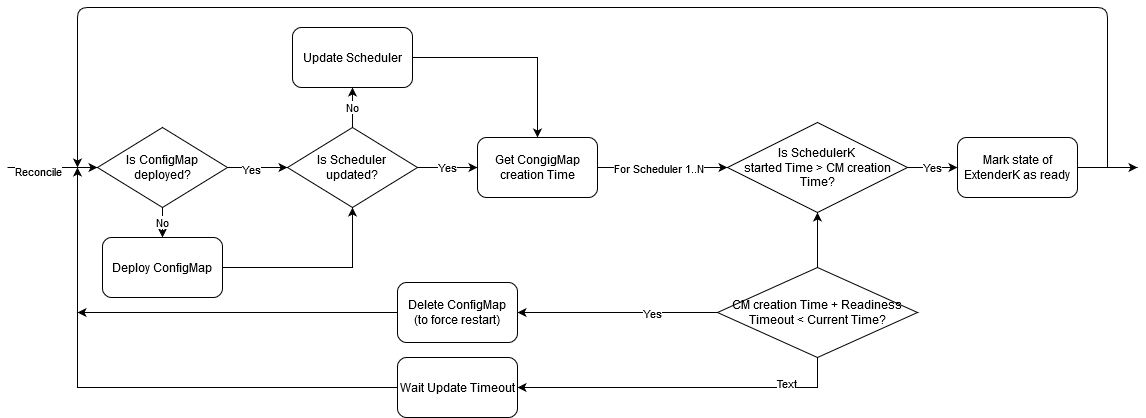
Earlier version of the draw.io export docs/proposals/images/Operator_openshift_flow.png (dell/csi-baremetal). Source tidied: cells renumbered, new cells last; positions are measured from the earlier drawing's top-left corner, leaving out a move shared by most shapes.
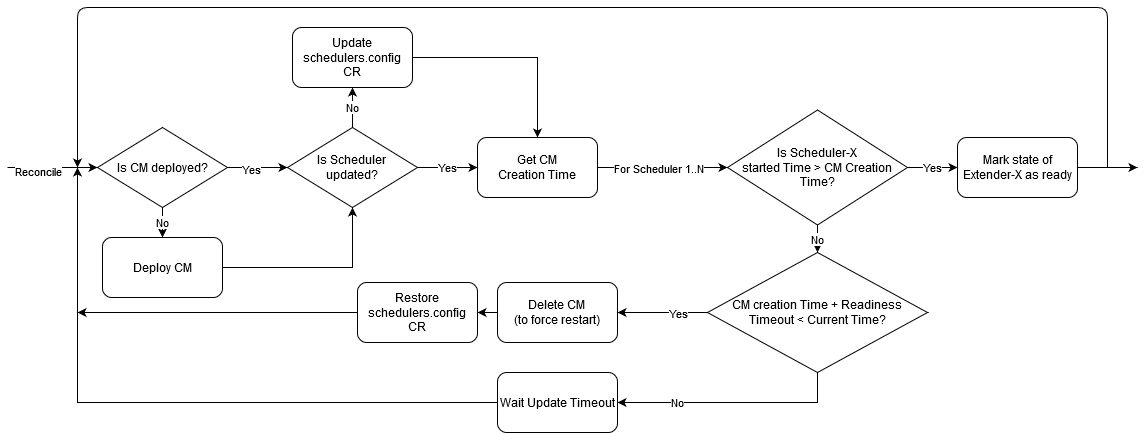
After the commit.

Diff of the diagram source:
```diff
@@ -5,7 +5,7 @@
     <mxCell id="2" value="&lt;div&gt;No&lt;/div&gt;" style="edgeStyle=orthogonalEdgeStyle;rounded=0;jettySize=auto;html=1;exitX=0.5;exitY=1;exitDx=0;exitDy=0;entryX=0.5;entryY=0;entryDx=0;entryDy=0;" parent="1" edge="1" source="3" target="15">
       <mxGeometry relative="1" as="geometry" />
     </mxCell>
-    <mxCell id="3" value="Is ConfigMap deployed?" style="rhombus;whiteSpace=wrap;html=1;" parent="1" vertex="1">
+    <mxCell id="3" value="Is CM deployed?" style="rhombus;whiteSpace=wrap;html=1;" parent="1" vertex="1">
       <mxGeometry x="90" y="120" width="130" height="80" as="geometry" />
     </mxCell>
     <mxCell id="4" style="endArrow=classic;html=1;entryX=0;entryY=0.5;entryDx=0;entryDy=0;" parent="1" edge="1" target="3">
@@ -31,31 +31,28 @@
     <mxCell id="10" value="Yes" style="edgeStyle=orthogonalEdgeStyle;rounded=0;jettySize=auto;html=1;exitX=1;exitY=0.5;exitDx=0;exitDy=0;entryX=0;entryY=0.5;entryDx=0;entryDy=0;" parent="1" edge="1" source="13" target="23">
       <mxGeometry relative="1" as="geometry" />
     </mxCell>
-    <mxCell id="11" style="edgeStyle=orthogonalEdgeStyle;rounded=0;jettySize=auto;html=1;exitX=0.5;exitY=1;exitDx=0;exitDy=0;entryX=1;entryY=0.5;entryDx=0;entryDy=0;" parent="1" edge="1" source="30" target="26">
-      <mxGeometry relative="1" as="geometry" />
-    </mxCell>
-    <mxCell id="12" value="Text" style="edgeLabel;html=1;align=center;verticalAlign=middle;" parent="11" vertex="1">
-      <mxGeometry x="-0.62" y="-5" relative="1" as="geometry" />
-    </mxCell>
+    <mxCell id="33" value="No" style="edgeStyle=orthogonalEdgeStyle;rounded=0;jettySize=auto;html=1;exitX=0.5;exitY=1;exitDx=0;exitDy=0;entryX=0.5;entryY=0;entryDx=0;entryDy=0;" parent="1" edge="1" source="13" target="30">
+      <mxGeometry relative="1" as="geometry" />
+    </mxCell>
-    <mxCell id="13" value="&lt;div&gt;Is SchedulerK &lt;br&gt;&lt;/div&gt;&lt;div&gt;started Time &amp;gt; CM creation Time?&lt;/div&gt;" style="rhombus;whiteSpace=wrap;html=1;" parent="1" vertex="1">
-      <mxGeometry x="720" y="115" width="180" height="90" as="geometry" />
+    <mxCell id="13" value="&lt;div&gt;Is Scheduler-X &lt;br&gt;&lt;/div&gt;&lt;div&gt;started Time &amp;gt; CM Creation Time?&lt;/div&gt;" style="rhombus;whiteSpace=wrap;html=1;" parent="1" vertex="1">
+      <mxGeometry x="720" y="102.5" width="180" height="115" as="geometry" />
     </mxCell>
     <mxCell id="14" style="edgeStyle=orthogonalEdgeStyle;rounded=0;jettySize=auto;html=1;exitX=1;exitY=0.5;exitDx=0;exitDy=0;entryX=0.5;entryY=1;entryDx=0;entryDy=0;" parent="1" edge="1" source="15" target="7">
       <mxGeometry relative="1" as="geometry" />
     </mxCell>
-    <mxCell id="15" value="Deploy ConfigMap" style="rounded=1;whiteSpace=wrap;html=1;" parent="1" vertex="1">
+    <mxCell id="15" value="Deploy CM" style="rounded=1;whiteSpace=wrap;html=1;" parent="1" vertex="1">
       <mxGeometry x="95" y="230" width="120" height="60" as="geometry" />
     </mxCell>
     <mxCell id="16" style="edgeStyle=orthogonalEdgeStyle;rounded=0;jettySize=auto;html=1;exitX=1;exitY=0.5;exitDx=0;exitDy=0;entryX=0.5;entryY=0;entryDx=0;entryDy=0;" parent="1" edge="1" source="17" target="19">
       <mxGeometry relative="1" as="geometry" />
     </mxCell>
-    <mxCell id="17" value="Update Scheduler" style="rounded=1;whiteSpace=wrap;html=1;" parent="1" vertex="1">
+    <mxCell id="17" value="Update schedulers.config CR" style="rounded=1;whiteSpace=wrap;html=1;" parent="1" vertex="1">
       <mxGeometry x="285" y="20" width="120" height="60" as="geometry" />
     </mxCell>
     <mxCell id="18" value="No" style="endArrow=classic;html=1;exitX=0.5;exitY=0;exitDx=0;exitDy=0;entryX=0.5;entryY=1;entryDx=0;entryDy=0;" parent="1" edge="1" source="7" target="17">
       <mxGeometry relative="1" as="geometry" />
     </mxCell>
-    <mxCell id="19" value="Get CongigMap creation Time " style="rounded=1;whiteSpace=wrap;html=1;" parent="1" vertex="1">
+    <mxCell id="19" value="&lt;div&gt;Get CM &lt;br&gt;&lt;/div&gt;&lt;div&gt;Creation Time &lt;/div&gt;" style="rounded=1;whiteSpace=wrap;html=1;" parent="1" vertex="1">
       <mxGeometry x="470" y="130" width="120" height="60" as="geometry" />
     </mxCell>
     <mxCell id="20" style="endArrow=classic;html=1;exitX=1;exitY=0.5;exitDx=0;exitDy=0;entryX=0;entryY=0.5;entryDx=0;entryDy=0;" parent="1" edge="1" source="19" target="13">
@@ -71,7 +68,7 @@
         <mxPoint x="1130" y="160" as="targetPoint" />
       </mxGeometry>
     </mxCell>
-    <mxCell id="23" value="Mark state of ExtenderK as ready" style="rounded=1;whiteSpace=wrap;html=1;" parent="1" vertex="1">
+    <mxCell id="23" value="Mark state of Extender-X as ready" style="rounded=1;whiteSpace=wrap;html=1;" parent="1" vertex="1">
       <mxGeometry x="950" y="130" width="120" height="60" as="geometry" />
     </mxCell>
     <mxCell id="24" style="endArrow=classic;html=1;edgeStyle=orthogonalEdgeStyle;" parent="1" edge="1">
@@ -90,7 +87,7 @@
       </mxGeometry>
     </mxCell>
     <mxCell id="26" value="Wait Update Timeout" style="rounded=1;whiteSpace=wrap;html=1;" parent="1" vertex="1">
-      <mxGeometry x="390" y="350" width="120" height="60" as="geometry" />
+      <mxGeometry x="490" y="365" width="120" height="60" as="geometry" />
     </mxCell>
     <mxCell id="27" style="edgeStyle=orthogonalEdgeStyle;rounded=0;jettySize=auto;html=1;exitX=0;exitY=0.5;exitDx=0;exitDy=0;entryX=1;entryY=0.5;entryDx=0;entryDy=0;" parent="1" edge="1" source="30" target="32">
       <mxGeometry relative="1" as="geometry" />
@@ -98,19 +95,25 @@
     <mxCell id="28" value="Yes" style="edgeLabel;html=1;align=center;verticalAlign=middle;" parent="27" vertex="1">
       <mxGeometry x="-0.34" relative="1" as="geometry" />
     </mxCell>
-    <mxCell id="29" style="edgeStyle=orthogonalEdgeStyle;rounded=0;jettySize=auto;html=1;exitX=0.5;exitY=0;exitDx=0;exitDy=0;entryX=0.5;entryY=1;entryDx=0;entryDy=0;" parent="1" edge="1" source="30" target="13">
-      <mxGeometry relative="1" as="geometry" />
-    </mxCell>
+    <mxCell id="11" value="No" style="edgeStyle=orthogonalEdgeStyle;rounded=0;jettySize=auto;html=1;exitX=0.5;exitY=1;exitDx=0;exitDy=0;entryX=1;entryY=0.5;entryDx=0;entryDy=0;" parent="1" edge="1" source="30" target="26">
+      <mxGeometry x="0.48" relative="1" as="geometry" />
+    </mxCell>
-    <mxCell id="30" value="&lt;div&gt;CM creation Time + Readiness Timeout &amp;lt; Current Time?&lt;/div&gt;" style="rhombus;whiteSpace=wrap;html=1;" parent="1" vertex="1">
-      <mxGeometry x="710" y="260" width="200" height="90" as="geometry" />
+    <mxCell id="30" value="&lt;div&gt;CM creation Time + Readiness&lt;/div&gt;&lt;div&gt; Timeout &amp;lt; Current Time?&lt;/div&gt;" style="rhombus;whiteSpace=wrap;html=1;" parent="1" vertex="1">
+      <mxGeometry x="700" y="245" width="220" height="120" as="geometry" />
     </mxCell>
-    <mxCell id="31" style="edgeStyle=orthogonalEdgeStyle;rounded=0;jettySize=auto;html=1;exitX=0;exitY=0.5;exitDx=0;exitDy=0;" parent="1" edge="1" source="32">
-      <mxGeometry relative="1" as="geometry">
-        <mxPoint x="70" y="305" as="targetPoint" />
-      </mxGeometry>
-    </mxCell>
+    <mxCell id="34" style="edgeStyle=orthogonalEdgeStyle;rounded=0;jettySize=auto;html=1;exitX=0;exitY=0.5;exitDx=0;exitDy=0;" parent="1" edge="1" source="32" target="36">
+      <mxGeometry relative="1" as="geometry" />
+    </mxCell>
-    <mxCell id="32" value="&lt;div&gt;Delete ConfigMap&lt;/div&gt;&lt;div&gt;(to force restart)&lt;br&gt;&lt;/div&gt;" style="rounded=1;whiteSpace=wrap;html=1;" parent="1" vertex="1">
-      <mxGeometry x="390" y="275" width="120" height="60" as="geometry" />
+    <mxCell id="32" value="&lt;div&gt;Delete CM&lt;/div&gt;&lt;div&gt;(to force restart)&lt;br&gt;&lt;/div&gt;" style="rounded=1;whiteSpace=wrap;html=1;" parent="1" vertex="1">
+      <mxGeometry x="490" y="275" width="120" height="60" as="geometry" />
     </mxCell>
+    <mxCell id="35" style="edgeStyle=orthogonalEdgeStyle;rounded=0;jettySize=auto;html=1;exitX=0;exitY=0.5;exitDx=0;exitDy=0;" parent="1" edge="1" source="36">
+      <mxGeometry relative="1" as="geometry">
+        <mxPoint x="70" y="305" as="targetPoint" />
+      </mxGeometry>
+    </mxCell>
+    <mxCell id="36" value="Restore schedulers.config CR" style="rounded=1;whiteSpace=wrap;html=1;" parent="1" vertex="1">
+      <mxGeometry x="350" y="275" width="120" height="60" as="geometry" />
+    </mxCell>
   </root>
 </mxGraphModel>
```
